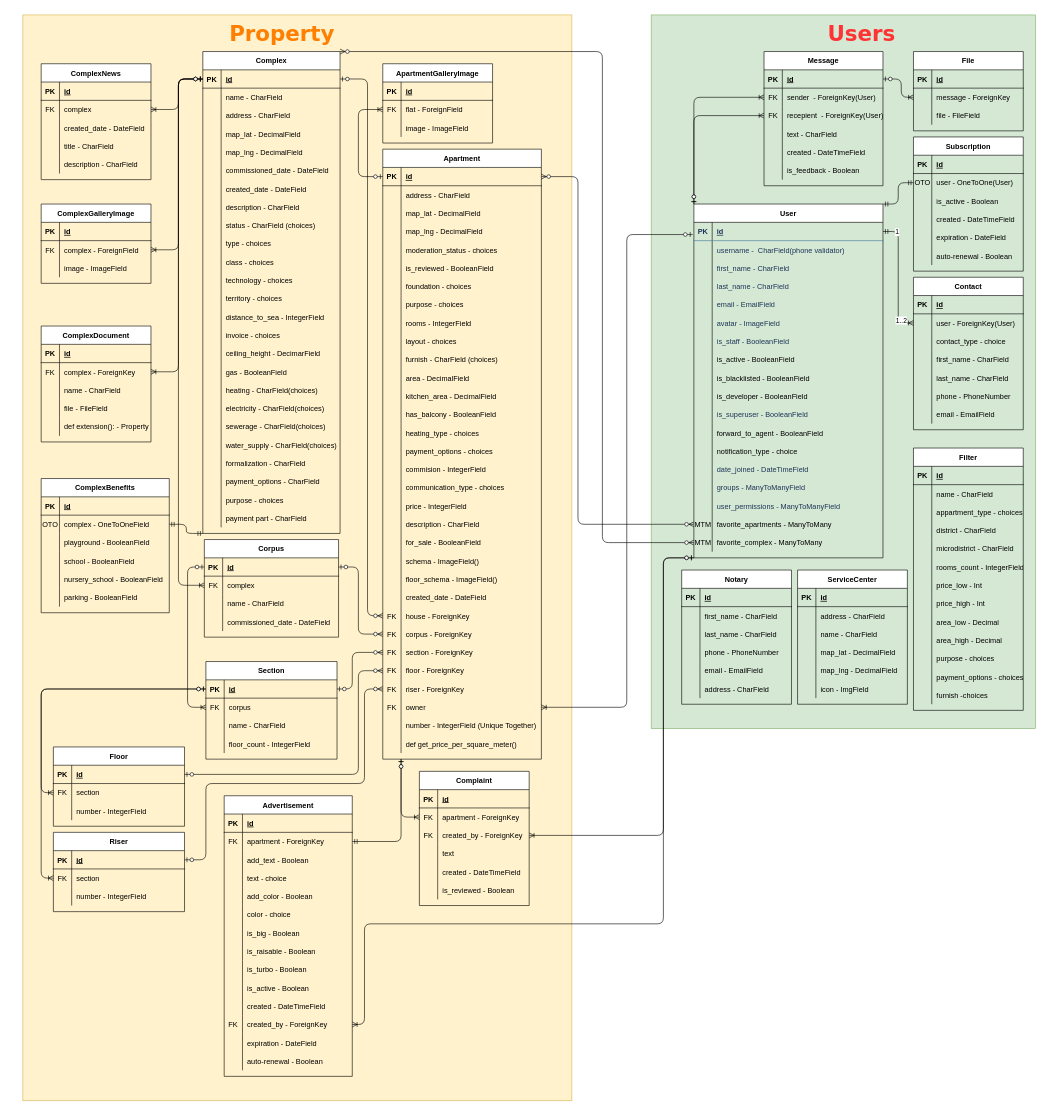
Before: diagrams/db.drawio in Rey092/SwipeApp, a draw.io diagram. Source tidied: cells renumbered, new cells numbered last; positions are measured from the earlier drawing's top-left corner, leaving out a move shared by most shapes. Both pictures are drawn from the tidied source at 61%, with x=0, y=0 at pixel (10, 15).
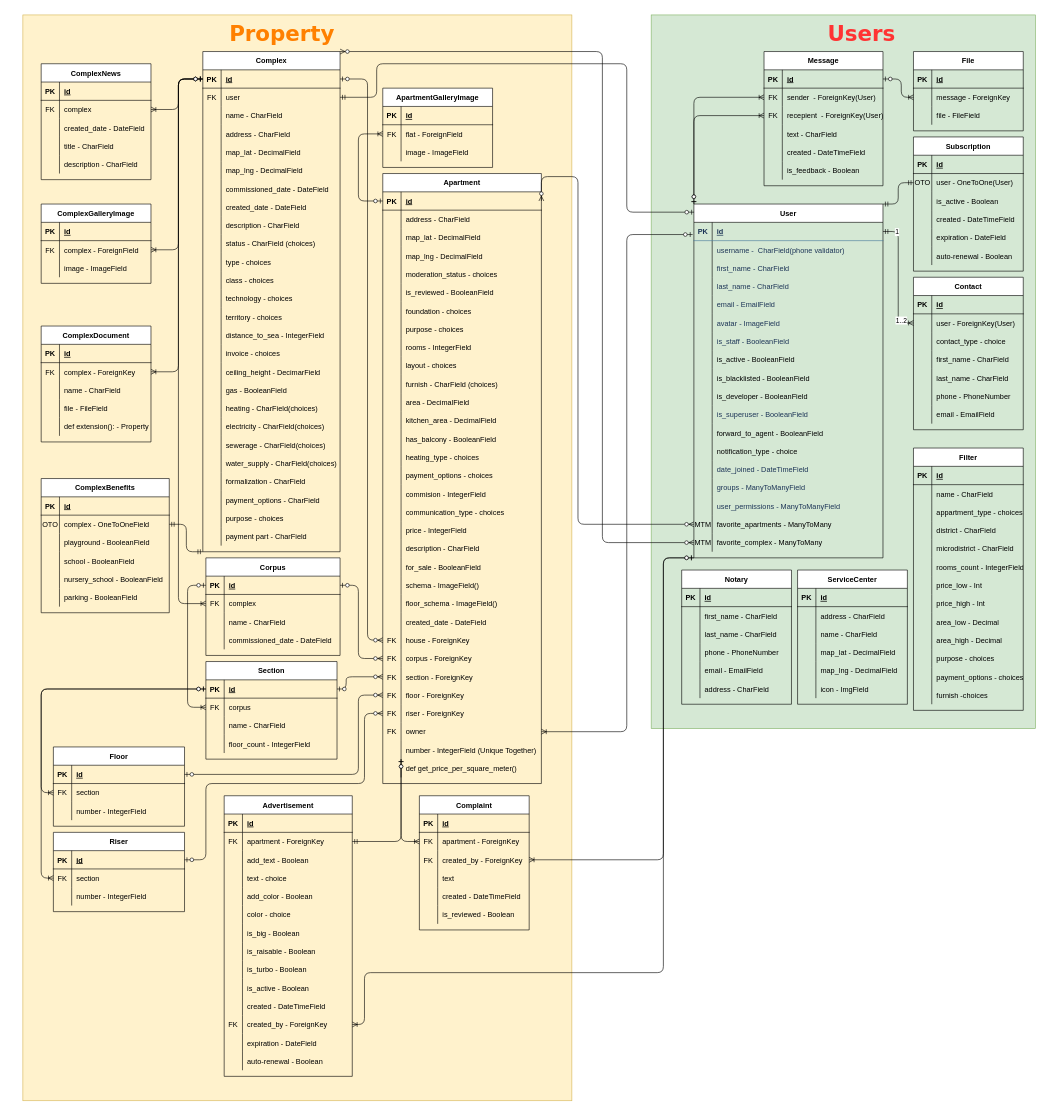
Above is the later version.

The change refers to these unchanged cells:
```xml
<mxCell id="3" style="group;" parent="1" vertex="1">
  <mxGeometry y="60" width="915" height="1680" as="geometry" />
</mxCell>
<mxCell id="83" style="shape=partialRectangle;fillColor=none;top=0;left=0;bottom=0;right=0;points=[[0,0.5],[1,0.5]];portConstraint=eastwest;" parent="4" vertex="1">
  <mxGeometry y="810" width="260" height="30" as="geometry" />
</mxCell>
<mxCell id="89" style="shape=partialRectangle;fillColor=none;top=0;left=0;bottom=0;right=0;points=[[0,0.5],[1,0.5]];portConstraint=eastwest;" parent="4" vertex="1">
  <mxGeometry y="870" width="260" height="30" as="geometry" />
</mxCell>
<mxCell id="92" style="shape=partialRectangle;fillColor=none;top=0;left=0;bottom=0;right=0;points=[[0,0.5],[1,0.5]];portConstraint=eastwest;" parent="4" vertex="1">
  <mxGeometry y="900" width="260" height="30" as="geometry" />
</mxCell>
<mxCell id="204" style="shape=partialRectangle;fillColor=none;top=0;left=0;bottom=1;right=0;points=[[0,0.5],[1,0.5]];portConstraint=eastwest;" parent="203" vertex="1">
  <mxGeometry y="30" width="215" height="30" as="geometry" />
</mxCell>
<mxCell id="318" style="shape=partialRectangle;fillColor=none;top=0;left=0;bottom=0;right=0;points=[[0,0.5],[1,0.5]];portConstraint=eastwest;" parent="284" vertex="1">
  <mxGeometry y="360" width="210" height="30" as="geometry" />
</mxCell>
<mxCell id="340" style="shape=partialRectangle;fillColor=none;top=0;left=0;bottom=1;right=0;points=[[0,0.5],[1,0.5]];portConstraint=eastwest;" parent="339" vertex="1">
  <mxGeometry y="30" width="215" height="30" as="geometry" />
</mxCell>
<mxCell id="375" value="User" style="shape=table;startSize=30;childLayout=tableLayout;rowLines=0;fontStyle=1;align=center;" parent="373" vertex="1">
  <mxGeometry x="20" y="250" width="310" height="580" as="geometry" />
</mxCell>
```

Diff of the diagram source:
```diff
@@
     <mxCell id="4" value="Apartment" style="shape=table;startSize=30;childLayout=tableLayout;rowLines=0;fontStyle=1;align=center;" parent="3" vertex="1">
-      <mxGeometry x="610" y="160" width="260" height="1000" as="geometry" />
+      <mxGeometry x="610" y="200" width="260" height="1000" as="geometry" />
     </mxCell>
@@
     <mxCell id="101" value="Complex" style="shape=table;startSize=30;childLayout=tableLayout;rowLines=0;fontStyle=1;align=center;" parent="3" vertex="1">
-      <mxGeometry x="315" width="225" height="790" as="geometry" />
+      <mxGeometry x="315" width="225" height="820" as="geometry" />
     </mxCell>
@@
+    <mxCell id="591" style="shape=partialRectangle;fillColor=none;top=0;left=0;bottom=0;right=0;points=[[0,0.5],[1,0.5]];portConstraint=eastwest;" parent="101" vertex="1">
+      <mxGeometry y="60" width="225" height="30" as="geometry" />
+    </mxCell>
+    <mxCell id="592" value="FK" style="shape=partialRectangle;fillColor=none;top=0;left=0;bottom=0;right=0;fontStyle=0;overflow=hidden;" parent="591" vertex="1">
+      <mxGeometry width="30" height="30" as="geometry" />
+    </mxCell>
+    <mxCell id="593" value="user" style="shape=partialRectangle;fillColor=none;top=0;left=0;bottom=0;right=0;align=left;spacingLeft=6;fontStyle=0;overflow=hidden;" parent="591" vertex="1">
+      <mxGeometry x="30" width="195" height="30" as="geometry" />
+    </mxCell>
     <mxCell id="105" style="shape=partialRectangle;fillColor=none;top=0;left=0;bottom=0;right=0;" parent="101" vertex="1">
-      <mxGeometry y="60" width="225" height="30" as="geometry" />
+      <mxGeometry y="90" width="225" height="30" as="geometry" />
     </mxCell>
@@
     <mxCell id="108" style="shape=partialRectangle;fillColor=none;top=0;left=0;bottom=0;right=0;" parent="101" vertex="1">
-      <mxGeometry y="90" width="225" height="30" as="geometry" />
+      <mxGeometry y="120" width="225" height="30" as="geometry" />
     </mxCell>
@@
     <mxCell id="111" style="shape=partialRectangle;fillColor=none;top=0;left=0;bottom=0;right=0;" parent="101" vertex="1">
-      <mxGeometry y="120" width="225" height="30" as="geometry" />
+      <mxGeometry y="150" width="225" height="30" as="geometry" />
     </mxCell>
@@
     <mxCell id="114" style="shape=partialRectangle;fillColor=none;top=0;left=0;bottom=0;right=0;" parent="101" vertex="1">
-      <mxGeometry y="150" width="225" height="30" as="geometry" />
+      <mxGeometry y="180" width="225" height="30" as="geometry" />
     </mxCell>
@@
     <mxCell id="117" style="shape=partialRectangle;fillColor=none;top=0;left=0;bottom=0;right=0;" parent="101" vertex="1">
-      <mxGeometry y="180" width="225" height="30" as="geometry" />
+      <mxGeometry y="210" width="225" height="30" as="geometry" />
     </mxCell>
@@
     <mxCell id="120" style="shape=partialRectangle;fillColor=none;top=0;left=0;bottom=0;right=0;" parent="101" vertex="1">
-      <mxGeometry y="210" width="225" height="30" as="geometry" />
+      <mxGeometry y="240" width="225" height="30" as="geometry" />
     </mxCell>
@@
     <mxCell id="123" style="shape=partialRectangle;fillColor=none;top=0;left=0;bottom=0;right=0;" parent="101" vertex="1">
-      <mxGeometry y="240" width="225" height="30" as="geometry" />
+      <mxGeometry y="270" width="225" height="30" as="geometry" />
     </mxCell>
@@
     <mxCell id="126" style="shape=partialRectangle;fillColor=none;top=0;left=0;bottom=0;right=0;" parent="101" vertex="1">
-      <mxGeometry y="270" width="225" height="30" as="geometry" />
+      <mxGeometry y="300" width="225" height="30" as="geometry" />
     </mxCell>
@@
     <mxCell id="129" style="shape=partialRectangle;fillColor=none;top=0;left=0;bottom=0;right=0;" parent="101" vertex="1">
-      <mxGeometry y="300" width="225" height="30" as="geometry" />
+      <mxGeometry y="330" width="225" height="30" as="geometry" />
     </mxCell>
@@
     <mxCell id="132" style="shape=partialRectangle;fillColor=none;top=0;left=0;bottom=0;right=0;" parent="101" vertex="1">
-      <mxGeometry y="330" width="225" height="30" as="geometry" />
+      <mxGeometry y="360" width="225" height="30" as="geometry" />
     </mxCell>
@@
     <mxCell id="135" style="shape=partialRectangle;fillColor=none;top=0;left=0;bottom=0;right=0;" parent="101" vertex="1">
-      <mxGeometry y="360" width="225" height="30" as="geometry" />
+      <mxGeometry y="390" width="225" height="30" as="geometry" />
     </mxCell>
@@
     <mxCell id="138" style="shape=partialRectangle;fillColor=none;top=0;left=0;bottom=0;right=0;" parent="101" vertex="1">
-      <mxGeometry y="390" width="225" height="30" as="geometry" />
+      <mxGeometry y="420" width="225" height="30" as="geometry" />
     </mxCell>
@@
     <mxCell id="141" style="shape=partialRectangle;fillColor=none;top=0;left=0;bottom=0;right=0;" parent="101" vertex="1">
-      <mxGeometry y="420" width="225" height="30" as="geometry" />
+      <mxGeometry y="450" width="225" height="30" as="geometry" />
     </mxCell>
@@
     <mxCell id="144" style="shape=partialRectangle;fillColor=none;top=0;left=0;bottom=0;right=0;" parent="101" vertex="1">
-      <mxGeometry y="450" width="225" height="30" as="geometry" />
+      <mxGeometry y="480" width="225" height="30" as="geometry" />
     </mxCell>
@@
     <mxCell id="147" style="shape=partialRectangle;fillColor=none;top=0;left=0;bottom=0;right=0;" parent="101" vertex="1">
-      <mxGeometry y="480" width="225" height="30" as="geometry" />
+      <mxGeometry y="510" width="225" height="30" as="geometry" />
     </mxCell>
@@
     <mxCell id="150" style="shape=partialRectangle;fillColor=none;top=0;left=0;bottom=0;right=0;" parent="101" vertex="1">
-      <mxGeometry y="510" width="225" height="30" as="geometry" />
+      <mxGeometry y="540" width="225" height="30" as="geometry" />
     </mxCell>
@@
     <mxCell id="153" style="shape=partialRectangle;fillColor=none;top=0;left=0;bottom=0;right=0;" parent="101" vertex="1">
-      <mxGeometry y="540" width="225" height="30" as="geometry" />
+      <mxGeometry y="570" width="225" height="30" as="geometry" />
     </mxCell>
@@
     <mxCell id="156" style="shape=partialRectangle;fillColor=none;top=0;left=0;bottom=0;right=0;" parent="101" vertex="1">
-      <mxGeometry y="570" width="225" height="30" as="geometry" />
+      <mxGeometry y="600" width="225" height="30" as="geometry" />
     </mxCell>
@@
     <mxCell id="159" style="shape=partialRectangle;fillColor=none;top=0;left=0;bottom=0;right=0;" parent="101" vertex="1">
-      <mxGeometry y="600" width="225" height="30" as="geometry" />
+      <mxGeometry y="630" width="225" height="30" as="geometry" />
     </mxCell>
@@
     <mxCell id="162" style="shape=partialRectangle;fillColor=none;top=0;left=0;bottom=0;right=0;" parent="101" vertex="1">
-      <mxGeometry y="630" width="225" height="30" as="geometry" />
+      <mxGeometry y="660" width="225" height="30" as="geometry" />
     </mxCell>
@@
     <mxCell id="165" style="shape=partialRectangle;fillColor=none;top=0;left=0;bottom=0;right=0;" parent="101" vertex="1">
-      <mxGeometry y="660" width="225" height="30" as="geometry" />
+      <mxGeometry y="690" width="225" height="30" as="geometry" />
     </mxCell>
@@
     <mxCell id="168" style="shape=partialRectangle;fillColor=none;top=0;left=0;bottom=0;right=0;" parent="101" vertex="1">
-      <mxGeometry y="690" width="225" height="30" as="geometry" />
+      <mxGeometry y="720" width="225" height="30" as="geometry" />
     </mxCell>
@@
     <mxCell id="171" style="shape=partialRectangle;fillColor=none;top=0;left=0;bottom=0;right=0;" parent="101" vertex="1">
-      <mxGeometry y="720" width="225" height="30" as="geometry" />
+      <mxGeometry y="750" width="225" height="30" as="geometry" />
     </mxCell>
@@
     <mxCell id="174" style="shape=partialRectangle;fillColor=none;top=0;left=0;bottom=0;right=0;" parent="101" vertex="1">
-      <mxGeometry y="750" width="225" height="30" as="geometry" />
+      <mxGeometry y="780" width="225" height="30" as="geometry" />
     </mxCell>
@@
     <mxCell id="187" value="Corpus" style="shape=table;startSize=30;childLayout=tableLayout;rowLines=0;fontStyle=1;align=center;" parent="3" vertex="1">
-      <mxGeometry x="317.5" y="800" width="220" height="160" as="geometry" />
+      <mxGeometry x="320" y="830" width="220" height="160" as="geometry" />
     </mxCell>
@@
     <mxCell id="202" style="edgeStyle=elbowEdgeStyle;fontSize=12;html=1;endArrow=ERzeroToMany;startArrow=ERzeroToOne;exitX=1;exitY=0.5;exitDx=0;exitDy=0;entryX=0;entryY=0.5;entryDx=0;entryDy=0;endFill=1;" parent="3" edge="1" source="204" target="83">
       <mxGeometry relative="1" as="geometry">
         <Array as="points">
+          <mxPoint x="550" y="1025" />
           <mxPoint x="560" y="1000" />
           <mxPoint x="580" y="1000" />
           <mxPoint x="560" y="805" />
           <mxPoint x="570" y="720" />
         </Array>
       </mxGeometry>
     </mxCell>
@@
     <mxCell id="253" value="ApartmentGalleryImage" style="shape=table;startSize=30;childLayout=tableLayout;rowLines=0;fontStyle=1;align=center;" parent="3" vertex="1">
-      <mxGeometry x="610" y="20" width="180" height="130" as="geometry" />
+      <mxGeometry x="610" y="60" width="180" height="130" as="geometry" />
     </mxCell>
@@
     <mxCell id="350" style="edgeStyle=orthogonalEdgeStyle;fontSize=12;html=1;endArrow=ERzeroToMany;startArrow=ERzeroToOne;exitX=1;exitY=0.5;exitDx=0;exitDy=0;endFill=1;elbow=vertical;entryX=0;entryY=0.5;entryDx=0;entryDy=0;" parent="3" edge="1" source="340" target="89">
       <mxGeometry relative="1" as="geometry">
         <Array as="points">
           <mxPoint x="320" y="1325" />
           <mxPoint x="320" y="1200" />
           <mxPoint x="580" y="1200" />
-          <mxPoint x="580" y="1045" />
+          <mxPoint x="580" y="1085" />
         </Array>
       </mxGeometry>
     </mxCell>
@@
     <mxCell id="352" value="Complaint" style="shape=table;startSize=30;childLayout=tableLayout;rowLines=0;fontStyle=1;align=center;" parent="3" vertex="1">
-      <mxGeometry x="670" y="1180" width="180" height="220" as="geometry" />
+      <mxGeometry x="670" y="1220" width="180" height="220" as="geometry" />
     </mxCell>
@@
     <mxCell id="588" style="edgeStyle=orthogonalEdgeStyle;fontSize=12;html=1;endArrow=ERoneToMany;startArrow=ERzeroToOne;entryX=1;entryY=0.5;entryDx=0;entryDy=0;exitX=0;exitY=1;exitDx=0;exitDy=0;" parent="1" edge="1" source="375" target="318">
       <mxGeometry relative="1" as="geometry">
         <Array as="points">
           <mxPoint x="1070" y="890" />
-          <mxPoint x="1070" y="1490" />
-          <mxPoint x="580" y="1490" />
+          <mxPoint x="1070" y="1570" />
+          <mxPoint x="580" y="1570" />
           <mxPoint x="580" y="1655" />
         </Array>
       </mxGeometry>
     </mxCell>
@@
     <mxCell id="590" style="edgeStyle=elbowEdgeStyle;fontSize=12;html=1;endArrow=ERoneToMany;startArrow=ERzeroToOne;entryX=1;entryY=0.5;entryDx=0;entryDy=0;" parent="1" edge="1" target="92">
       <mxGeometry relative="1" as="geometry">
         <mxPoint x="1118" y="360" as="sourcePoint" />
         <Array as="points">
+          <mxPoint x="1010" y="350" />
           <mxPoint x="1010" y="680" />
           <mxPoint x="1020" y="670" />
           <mxPoint x="1040" y="680" />
           <mxPoint x="1090" y="540" />
         </Array>
       </mxGeometry>
     </mxCell>
+    <mxCell id="594" style="edgeStyle=orthogonalEdgeStyle;fontSize=12;html=1;endArrow=ERzeroToOne;startArrow=ERmandOne;entryX=0.001;entryY=0.023;entryDx=0;entryDy=0;entryPerimeter=0;exitX=1;exitY=0.5;exitDx=0;exitDy=0;" parent="1" edge="1" source="591" target="375">
+      <mxGeometry relative="1" as="geometry">
+        <Array as="points">
+          <mxPoint x="600" y="135" />
+          <mxPoint x="600" y="80" />
+          <mxPoint x="1010" y="80" />
+          <mxPoint x="1010" y="323" />
+        </Array>
+      </mxGeometry>
+    </mxCell>
```
